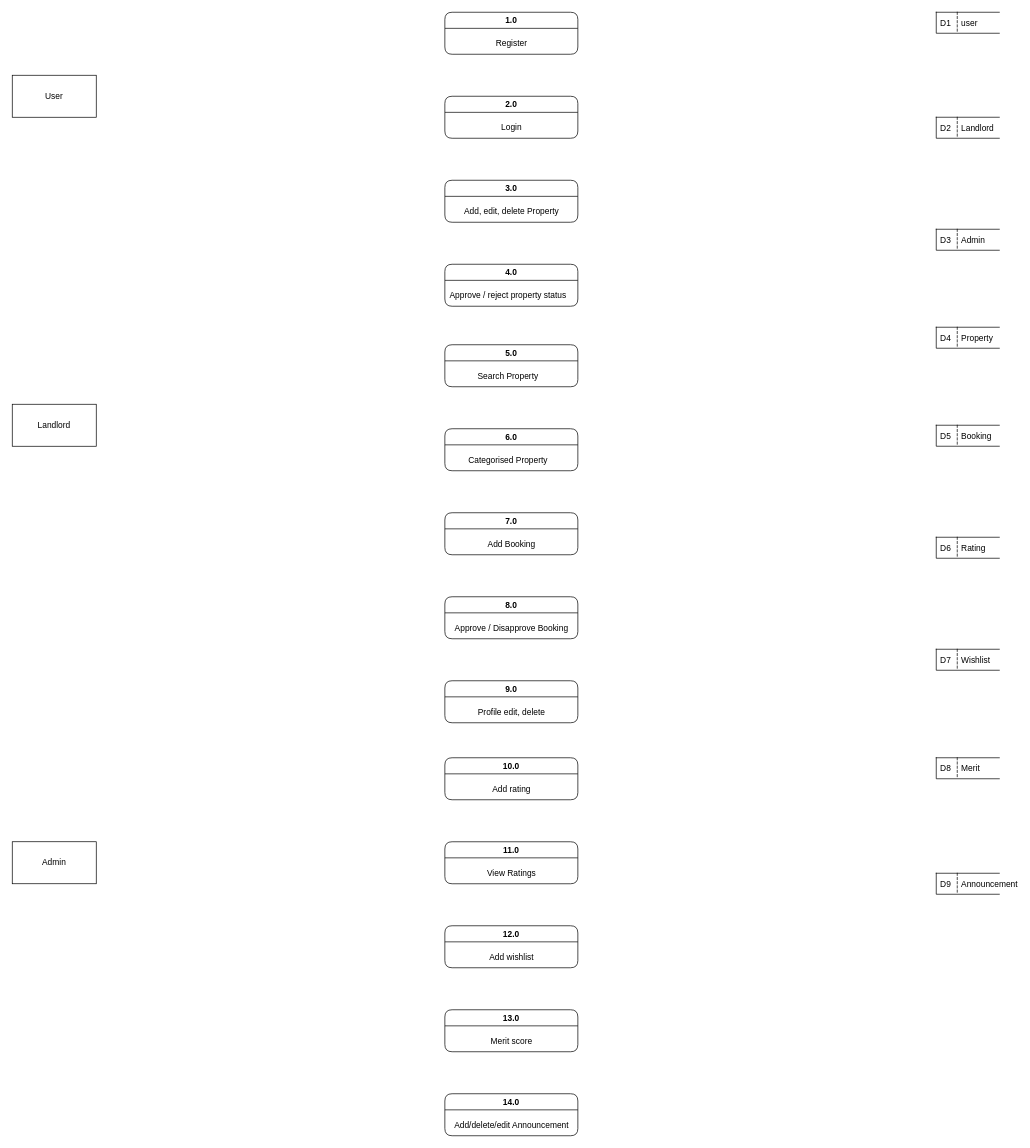
Earlier version of the draw.io diagram DFD FYP/DFD FYP.drawio (SNOW15782/Fyp). Source tidied: cells renumbered, new cells numbered last; positions are measured from the earlier drawing's top-left corner, leaving out a move shared by most shapes. Both pictures are drawn from the tidied source at 70%, with x=0, y=0 at pixel (12, 12).
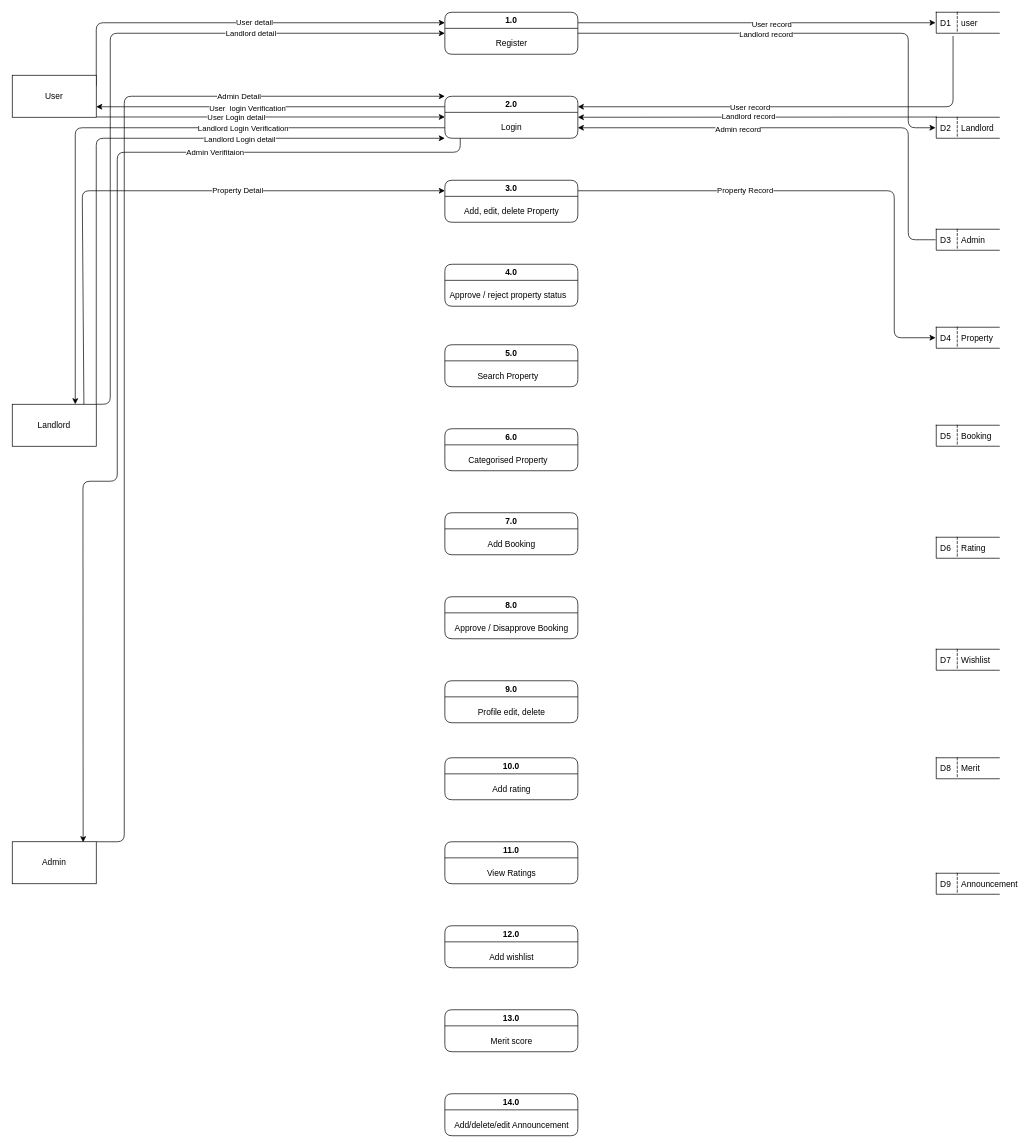
The same diagram, later.

The change refers to these unchanged cells:
```xml
<mxCell id="2" value="Admin" style="rounded=0;whiteSpace=wrap;html=1;" parent="1" vertex="1">
  <mxGeometry y="1185" width="120" height="60" as="geometry" />
</mxCell>
<mxCell id="3" value="1.0" style="swimlane;startSize=23;rounded=1;" parent="1" vertex="1">
  <mxGeometry x="618" width="190" height="60" as="geometry" />
</mxCell>
<mxCell id="5" value="user" style="shape=partialRectangle;fillColor=none;align=left;verticalAlign=middle;strokeColor=default;spacingLeft=34;points=[[0,0.5],[1,0.5]];portConstraint=eastwest;strokeWidth=1;perimeterSpacing=1;right=0;" parent="1" vertex="1">
  <mxGeometry x="1320" width="90" height="30" as="geometry" />
</mxCell>
<mxCell id="7" value="Landlord" style="shape=partialRectangle;fillColor=none;align=left;verticalAlign=middle;strokeColor=default;spacingLeft=34;points=[[0,0.5],[1,0.5]];portConstraint=eastwest;strokeWidth=1;perimeterSpacing=1;right=0;" parent="1" vertex="1">
  <mxGeometry x="1320" y="150" width="90" height="30" as="geometry" />
</mxCell>
<mxCell id="9" value="User" style="rounded=0;whiteSpace=wrap;html=1;" parent="1" vertex="1">
  <mxGeometry y="90" width="120" height="60" as="geometry" />
</mxCell>
<mxCell id="10" value="2.0" style="swimlane;startSize=23;rounded=1;" parent="1" vertex="1">
  <mxGeometry x="618" y="120" width="190" height="60" as="geometry" />
</mxCell>
<mxCell id="12" value="3.0" style="swimlane;startSize=23;rounded=1;" parent="1" vertex="1">
  <mxGeometry x="618" y="240" width="190" height="60" as="geometry" />
</mxCell>
<mxCell id="30" value="Landlord" style="rounded=0;whiteSpace=wrap;html=1;" parent="1" vertex="1">
  <mxGeometry y="560" width="120" height="60" as="geometry" />
</mxCell>
<mxCell id="45" value="Admin" style="shape=partialRectangle;fillColor=none;align=left;verticalAlign=middle;strokeColor=default;spacingLeft=34;points=[[0,0.5],[1,0.5]];portConstraint=eastwest;strokeWidth=1;perimeterSpacing=1;right=0;" parent="1" vertex="1">
  <mxGeometry x="1320" y="310" width="90" height="30" as="geometry" />
</mxCell>
<mxCell id="47" value="Property" style="shape=partialRectangle;fillColor=none;align=left;verticalAlign=middle;strokeColor=default;spacingLeft=34;points=[[0,0.5],[1,0.5]];portConstraint=eastwest;strokeWidth=1;perimeterSpacing=1;right=0;" parent="1" vertex="1">
  <mxGeometry x="1320" y="450" width="90" height="30" as="geometry" />
</mxCell>
```

Change to the diagram source:
```diff
@@
+    <mxCell id="51" style="edgeStyle=none;html=1;exitX=1;exitY=0;exitDx=0;exitDy=0;entryX=0;entryY=0;entryDx=0;entryDy=0;" parent="1" edge="1" source="2" target="10">
+      <mxGeometry relative="1" as="geometry">
+        <Array as="points">
+          <mxPoint x="160" y="1185" />
+          <mxPoint x="160" y="120" />
+        </Array>
+      </mxGeometry>
+    </mxCell>
+    <mxCell id="52" value="Admin Detail" style="edgeLabel;html=1;align=center;verticalAlign=middle;" parent="51" vertex="1">
+      <mxGeometry x="0.62" relative="1" as="geometry">
+        <mxPoint x="2" as="offset" />
+      </mxGeometry>
+    </mxCell>
@@
+    <mxCell id="53" style="edgeStyle=none;html=1;exitX=1;exitY=0.25;exitDx=0;exitDy=0;entryX=0;entryY=0.5;entryDx=0;entryDy=0;" parent="1" edge="1" source="3" target="5">
+      <mxGeometry relative="1" as="geometry" />
+    </mxCell>
+    <mxCell id="54" value="User record" style="edgeLabel;html=1;align=center;verticalAlign=middle;" parent="53" vertex="1">
+      <mxGeometry x="0.08" y="-1" relative="1" as="geometry" />
+    </mxCell>
+    <mxCell id="55" style="edgeStyle=none;html=1;exitX=1;exitY=0.5;exitDx=0;exitDy=0;entryX=0;entryY=0.5;entryDx=0;entryDy=0;" parent="1" edge="1" source="3" target="7">
+      <mxGeometry relative="1" as="geometry">
+        <Array as="points">
+          <mxPoint x="1280" y="30" />
+          <mxPoint x="1280" y="165" />
+        </Array>
+      </mxGeometry>
+    </mxCell>
+    <mxCell id="56" value="Landlord record" style="edgeLabel;html=1;align=center;verticalAlign=middle;" parent="55" vertex="1">
+      <mxGeometry x="-0.17" y="-1" relative="1" as="geometry" />
+    </mxCell>
@@
+    <mxCell id="57" style="edgeStyle=none;html=1;exitX=0.272;exitY=1.091;exitDx=0;exitDy=0;entryX=1;entryY=0.25;entryDx=0;entryDy=0;exitPerimeter=0;" parent="1" edge="1" source="5" target="10">
+      <mxGeometry relative="1" as="geometry">
+        <Array as="points">
+          <mxPoint x="1344" y="135" />
+        </Array>
+      </mxGeometry>
+    </mxCell>
+    <mxCell id="58" value="User record" style="edgeLabel;html=1;align=center;verticalAlign=middle;" parent="57" vertex="1">
+      <mxGeometry x="0.23" relative="1" as="geometry" />
+    </mxCell>
@@
+    <mxCell id="59" style="edgeStyle=none;html=1;entryX=1;entryY=0.5;entryDx=0;entryDy=0;exitX=0.021;exitY=0.021;exitDx=0;exitDy=0;exitPerimeter=0;" parent="1" edge="1" source="7" target="10">
+      <mxGeometry relative="1" as="geometry" />
+    </mxCell>
+    <mxCell id="60" value="Landlord record" style="edgeLabel;html=1;align=center;verticalAlign=middle;" parent="59" vertex="1">
+      <mxGeometry x="0.05" y="-1" relative="1" as="geometry" />
+    </mxCell>
@@
+    <mxCell id="61" style="edgeStyle=none;html=1;exitX=1;exitY=0.25;exitDx=0;exitDy=0;entryX=0;entryY=0.25;entryDx=0;entryDy=0;" parent="1" edge="1" source="9" target="3">
+      <mxGeometry relative="1" as="geometry">
+        <Array as="points">
+          <mxPoint x="120" y="15" />
+        </Array>
+      </mxGeometry>
+    </mxCell>
+    <mxCell id="62" value="User detail" style="edgeLabel;html=1;align=center;verticalAlign=middle;" parent="61" vertex="1">
+      <mxGeometry x="0.07" y="1" relative="1" as="geometry" />
+    </mxCell>
+    <mxCell id="63" style="edgeStyle=none;html=1;exitX=1;exitY=1;exitDx=0;exitDy=0;entryX=0;entryY=0.5;entryDx=0;entryDy=0;" parent="1" edge="1">
+      <mxGeometry relative="1" as="geometry">
+        <mxPoint x="120" y="149.6" as="sourcePoint" />
+        <mxPoint x="618" y="149.6" as="targetPoint" />
+      </mxGeometry>
+    </mxCell>
+    <mxCell id="64" value="User Login detail" style="edgeLabel;html=1;align=center;verticalAlign=middle;" parent="63" vertex="1">
+      <mxGeometry x="-0.11" y="-2" relative="1" as="geometry">
+        <mxPoint x="-23" y="-2" as="offset" />
+      </mxGeometry>
+    </mxCell>
@@
+    <mxCell id="65" style="edgeStyle=none;html=1;exitX=0;exitY=0.25;exitDx=0;exitDy=0;entryX=1;entryY=0.75;entryDx=0;entryDy=0;" parent="1" edge="1" source="10" target="9">
+      <mxGeometry relative="1" as="geometry" />
+    </mxCell>
+    <mxCell id="66" value="User&amp;nbsp; login Verification" style="edgeLabel;html=1;align=center;verticalAlign=middle;" parent="65" vertex="1">
+      <mxGeometry x="0.14" y="1" relative="1" as="geometry">
+        <mxPoint x="1" as="offset" />
+      </mxGeometry>
+    </mxCell>
+    <mxCell id="67" style="edgeStyle=none;html=1;exitX=0;exitY=0.75;exitDx=0;exitDy=0;entryX=0.75;entryY=0;entryDx=0;entryDy=0;" parent="1" edge="1" source="10" target="30">
+      <mxGeometry relative="1" as="geometry">
+        <Array as="points">
+          <mxPoint x="90" y="165" />
+        </Array>
+      </mxGeometry>
+    </mxCell>
+    <mxCell id="68" value="Landlord Login Verification" style="edgeLabel;html=1;align=center;verticalAlign=middle;" parent="67" vertex="1">
+      <mxGeometry x="-0.3" y="-1" relative="1" as="geometry">
+        <mxPoint x="34" y="1" as="offset" />
+      </mxGeometry>
+    </mxCell>
+    <mxCell id="69" style="edgeStyle=none;html=1;entryX=0.844;entryY=0.012;entryDx=0;entryDy=0;entryPerimeter=0;" parent="1" edge="1" target="2">
+      <mxGeometry relative="1" as="geometry">
+        <mxPoint x="640" y="180" as="sourcePoint" />
+        <Array as="points">
+          <mxPoint x="640" y="200" />
+          <mxPoint x="150" y="200" />
+          <mxPoint x="150" y="670" />
+          <mxPoint x="101" y="670" />
+        </Array>
+      </mxGeometry>
+    </mxCell>
+    <mxCell id="70" value="Admin Verifitaion" style="edgeLabel;html=1;align=center;verticalAlign=middle;" parent="69" vertex="1">
+      <mxGeometry x="-0.52" relative="1" as="geometry" />
+    </mxCell>
@@
+    <mxCell id="71" style="edgeStyle=none;html=1;exitX=1;exitY=0.25;exitDx=0;exitDy=0;entryX=0;entryY=0.5;entryDx=0;entryDy=0;" parent="1" edge="1" source="12" target="47">
+      <mxGeometry relative="1" as="geometry">
+        <Array as="points">
+          <mxPoint x="1260" y="255" />
+          <mxPoint x="1260" y="465" />
+        </Array>
+      </mxGeometry>
+    </mxCell>
+    <mxCell id="72" value="Property Record" style="edgeLabel;html=1;align=center;verticalAlign=middle;" parent="71" vertex="1">
+      <mxGeometry x="-0.34" y="2" relative="1" as="geometry" />
+    </mxCell>
@@
+    <mxCell id="73" style="edgeStyle=none;html=1;exitX=1;exitY=0;exitDx=0;exitDy=0;entryX=0;entryY=0.5;entryDx=0;entryDy=0;exitPerimeter=0;" parent="1" edge="1" source="30" target="3">
+      <mxGeometry relative="1" as="geometry">
+        <Array as="points">
+          <mxPoint x="140" y="560" />
+          <mxPoint x="140" y="30" />
+        </Array>
+      </mxGeometry>
+    </mxCell>
+    <mxCell id="74" value="Landlord detail" style="edgeLabel;html=1;align=center;verticalAlign=middle;" parent="73" vertex="1">
+      <mxGeometry x="0.46" y="1" relative="1" as="geometry" />
+    </mxCell>
+    <mxCell id="75" style="edgeStyle=none;html=1;exitX=1;exitY=0;exitDx=0;exitDy=0;entryX=0;entryY=1;entryDx=0;entryDy=0;" parent="1" edge="1" source="30" target="10">
+      <mxGeometry relative="1" as="geometry">
+        <Array as="points">
+          <mxPoint x="120" y="180" />
+        </Array>
+      </mxGeometry>
+    </mxCell>
+    <mxCell id="76" value="Landlord Login detail" style="edgeLabel;html=1;align=center;verticalAlign=middle;" parent="75" vertex="1">
+      <mxGeometry x="0.33" y="-1" relative="1" as="geometry" />
+    </mxCell>
+    <mxCell id="77" style="edgeStyle=none;html=1;exitX=0.853;exitY=0.002;exitDx=0;exitDy=0;entryX=0;entryY=0.25;entryDx=0;entryDy=0;exitPerimeter=0;" parent="1" edge="1" source="30" target="12">
+      <mxGeometry relative="1" as="geometry">
+        <Array as="points">
+          <mxPoint x="100" y="255" />
+        </Array>
+      </mxGeometry>
+    </mxCell>
+    <mxCell id="78" value="Property Detail" style="edgeLabel;html=1;align=center;verticalAlign=middle;" parent="77" vertex="1">
+      <mxGeometry x="0.28" y="1" relative="1" as="geometry" />
+    </mxCell>
@@
+    <mxCell id="79" style="edgeStyle=none;html=1;exitX=0;exitY=0.5;exitDx=0;exitDy=0;entryX=1;entryY=0.75;entryDx=0;entryDy=0;" parent="1" edge="1" source="45" target="10">
+      <mxGeometry relative="1" as="geometry">
+        <Array as="points">
+          <mxPoint x="1280" y="325" />
+          <mxPoint x="1280" y="165" />
+        </Array>
+      </mxGeometry>
+    </mxCell>
+    <mxCell id="80" value="Admin record" style="edgeLabel;html=1;align=center;verticalAlign=middle;" parent="79" vertex="1">
+      <mxGeometry x="0.32" y="2" relative="1" as="geometry" />
+    </mxCell>
```
